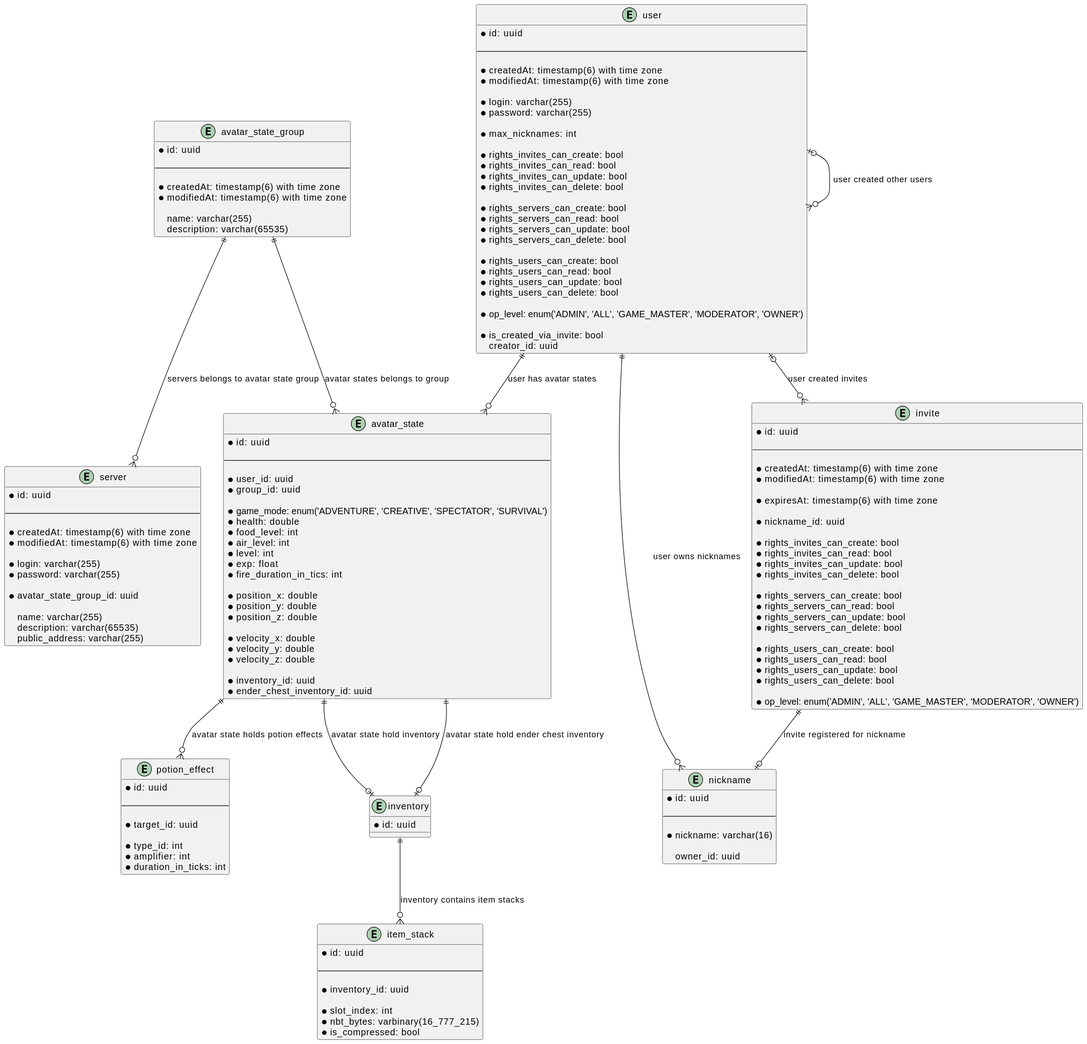
This is server/docs/db.svg from Maksim2498/poms, a PlantUML export, as it was before one commit.
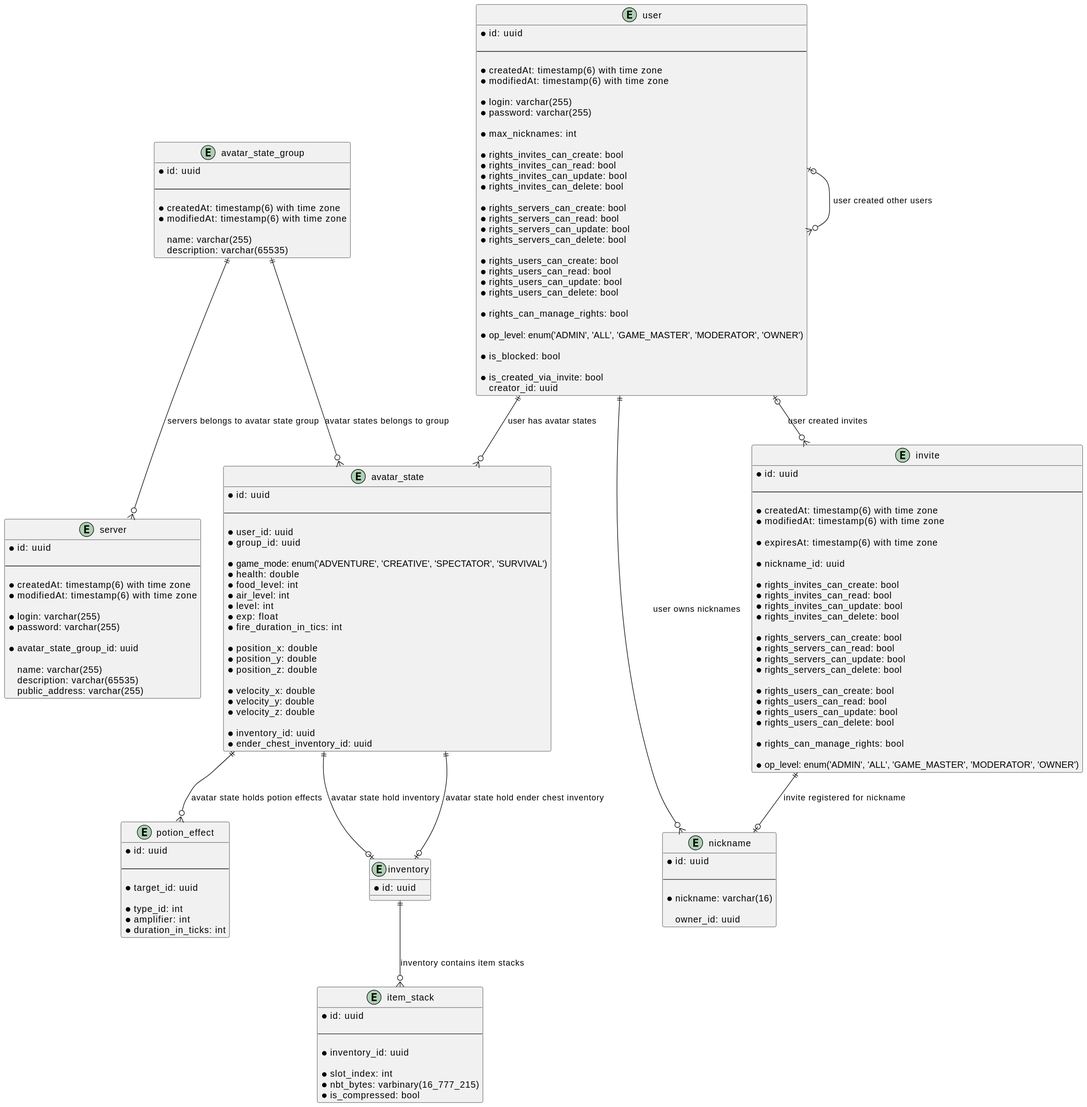
The same diagram one commit later.

Commit message:
Updated database ER-diagram

Change to the diagram source:
```diff
@@ -69,6 +69,8 @@
     * rights_users_can_read: bool
     * rights_users_can_update: bool
     * rights_users_can_delete: bool
+
+    * rights_can_manage_rights: bool
 
     * op_level: enum('ADMIN', 'ALL', 'GAME_MASTER', 'MODERATOR', 'OWNER')
 }
@@ -153,7 +155,11 @@
     * rights_users_can_update: bool
     * rights_users_can_delete: bool
 
+    * rights_can_manage_rights: bool
+
     * op_level: enum('ADMIN', 'ALL', 'GAME_MASTER', 'MODERATOR', 'OWNER')
+
+    * is_blocked: bool
 
     * is_created_via_invite: bool
     creator_id: uuid
```
